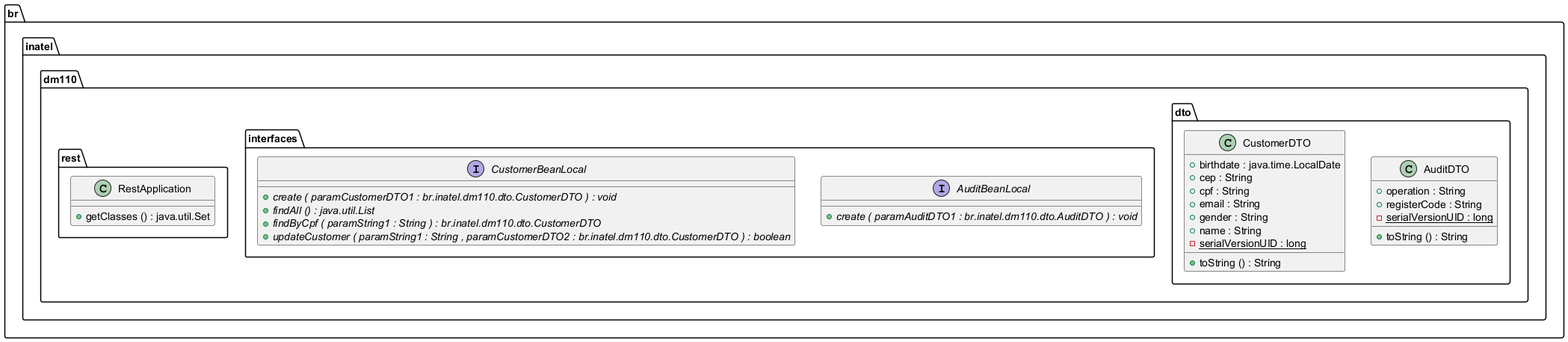
This is docs/uml/trabalho-web-class-diagram.png from vagnernogueira/trabalho-dm110, a PlantUML export, as it was before one commit.
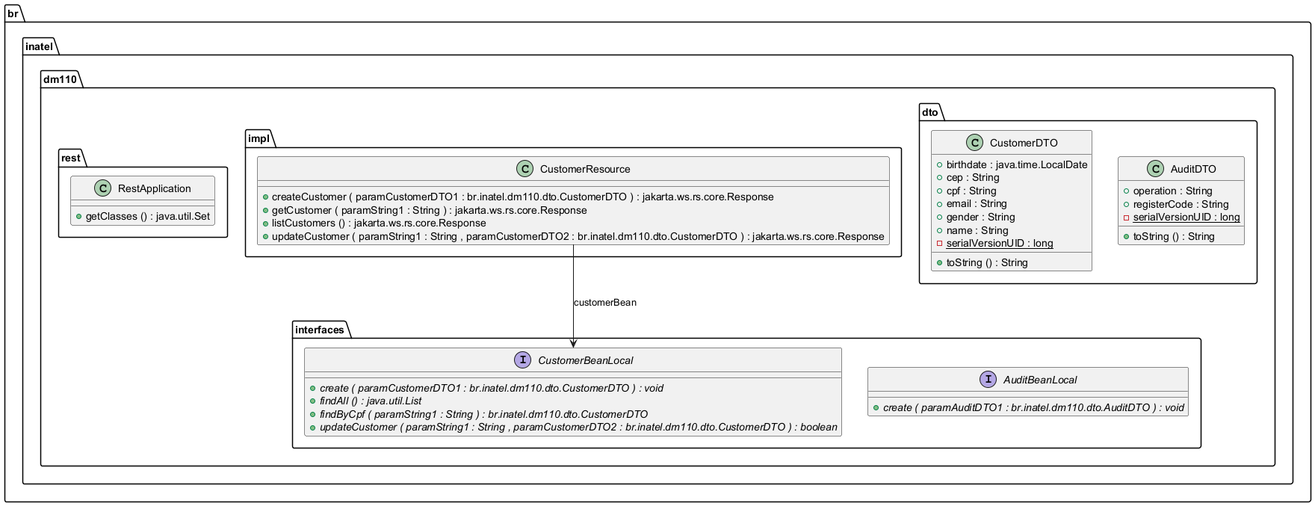
After the commit.

Change to the diagram source:
```diff
@@ -17,6 +17,14 @@
 	{field} +name : String
 	{field} {static} -serialVersionUID : long
 	{method} +toString () : String
+}
+
+
+class br.inatel.dm110.impl.CustomerResource {
+	{method} +createCustomer ( paramCustomerDTO1 : br.inatel.dm110.dto.CustomerDTO ) : jakarta.ws.rs.core.Response
+	{method} +getCustomer ( paramString1 : String ) : jakarta.ws.rs.core.Response
+	{method} +listCustomers () : jakarta.ws.rs.core.Response
+	{method} +updateCustomer ( paramString1 : String , paramCustomerDTO2 : br.inatel.dm110.dto.CustomerDTO ) : jakarta.ws.rs.core.Response
 }
 
 
@@ -40,6 +48,7 @@
 
 
 
+br.inatel.dm110.impl.CustomerResource -->  br.inatel.dm110.interfaces.CustomerBeanLocal : customerBean
 
 
 @enduml
```
